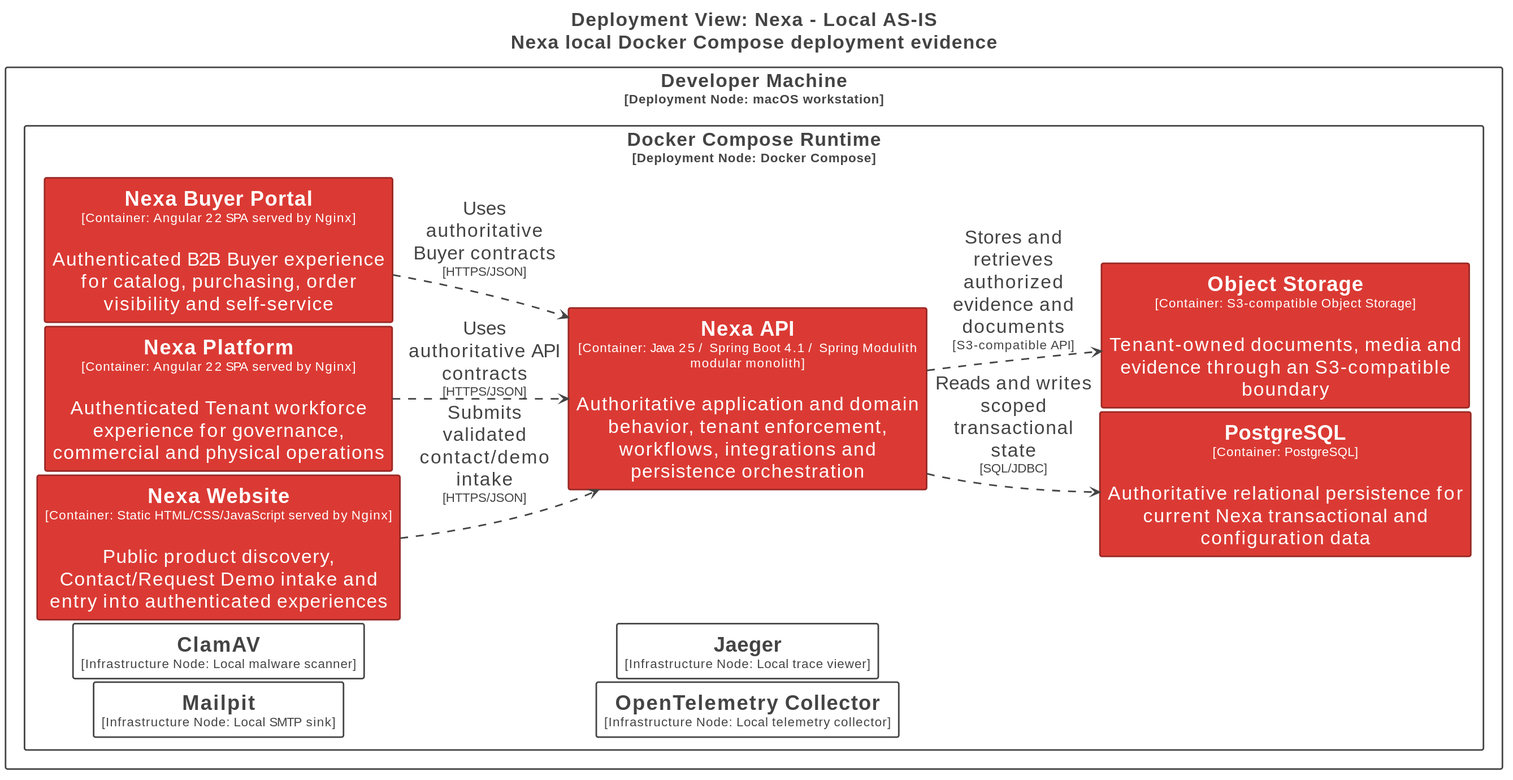
The PlantUML diagram 01-shared/architecture/c4/exports/deployment/Nexa-Deployment-Local-ASIS.svg in nexa-suite/blueprint, before a commit.
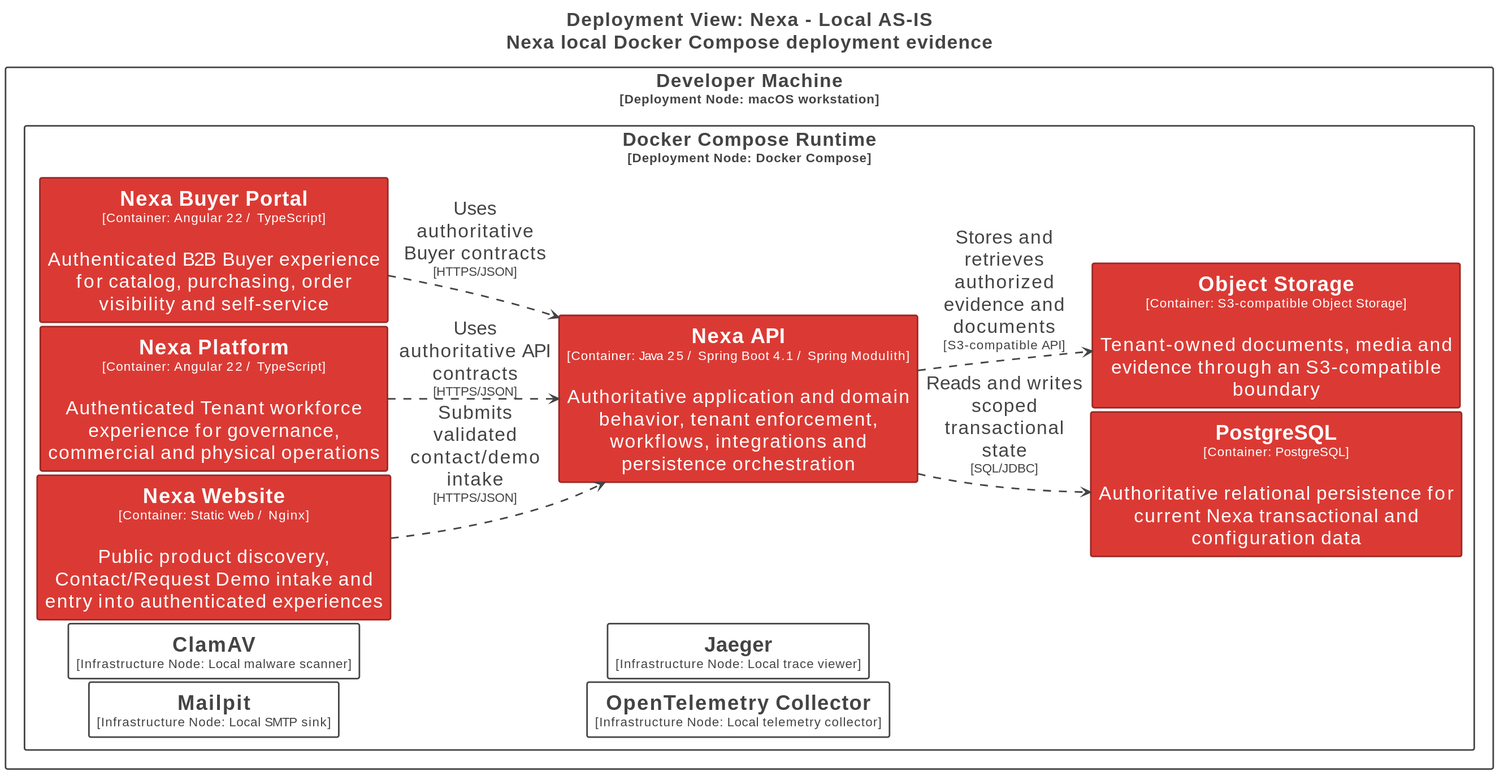
Above is the later version.

The edit, as a diff of the source:
```diff
@@ -60,10 +60,10 @@
 
 rectangle "Developer Machine\n<size:16>[Deployment Node: macOS workstation]</size>" <<DeploymentNode-RWxlbWVudA==>> as LocalASIS.DeveloperMachine {
   rectangle "Docker Compose Runtime\n<size:16>[Deployment Node: Docker Compose]</size>" <<DeploymentNode-RWxlbWVudA==>> as LocalASIS.DeveloperMachine.DockerComposeRuntime {
-    rectangle "==Nexa Website\n<size:16>[Container: Static HTML/CSS/JavaScript served by Nginx]</size>\n\nPublic product discovery, Contact/Request Demo intake and entry into authenticated experiences" <<Element-RWxlbWVudCxDb250YWluZXI=>> as LocalASIS.DeveloperMachine.DockerComposeRuntime.NexaWebsite_1
-    rectangle "==Nexa Platform\n<size:16>[Container: Angular 22 SPA served by Nginx]</size>\n\nAuthenticated Tenant workforce experience for governance, commercial and physical operations" <<Element-RWxlbWVudCxDb250YWluZXI=>> as LocalASIS.DeveloperMachine.DockerComposeRuntime.NexaPlatform_1
-    rectangle "==Nexa Buyer Portal\n<size:16>[Container: Angular 22 SPA served by Nginx]</size>\n\nAuthenticated B2B Buyer experience for catalog, purchasing, order visibility and self-service" <<Element-RWxlbWVudCxDb250YWluZXI=>> as LocalASIS.DeveloperMachine.DockerComposeRuntime.NexaBuyerPortal_1
-    rectangle "==Nexa API\n<size:16>[Container: Java 25 / Spring Boot 4.1 / Spring Modulith modular monolith]</size>\n\nAuthoritative application and domain behavior, tenant enforcement, workflows, integrations and persistence orchestration" <<Element-RWxlbWVudCxDb250YWluZXI=>> as LocalASIS.DeveloperMachine.DockerComposeRuntime.NexaAPI_1
+    rectangle "==Nexa Website\n<size:16>[Container: Static Web / Nginx]</size>\n\nPublic product discovery, Contact/Request Demo intake and entry into authenticated experiences" <<Element-RWxlbWVudCxDb250YWluZXI=>> as LocalASIS.DeveloperMachine.DockerComposeRuntime.NexaWebsite_1
+    rectangle "==Nexa Platform\n<size:16>[Container: Angular 22 / TypeScript]</size>\n\nAuthenticated Tenant workforce experience for governance, commercial and physical operations" <<Element-RWxlbWVudCxDb250YWluZXI=>> as LocalASIS.DeveloperMachine.DockerComposeRuntime.NexaPlatform_1
+    rectangle "==Nexa Buyer Portal\n<size:16>[Container: Angular 22 / TypeScript]</size>\n\nAuthenticated B2B Buyer experience for catalog, purchasing, order visibility and self-service" <<Element-RWxlbWVudCxDb250YWluZXI=>> as LocalASIS.DeveloperMachine.DockerComposeRuntime.NexaBuyerPortal_1
+    rectangle "==Nexa API\n<size:16>[Container: Java 25 / Spring Boot 4.1 / Spring Modulith]</size>\n\nAuthoritative application and domain behavior, tenant enforcement, workflows, integrations and persistence orchestration" <<Element-RWxlbWVudCxDb250YWluZXI=>> as LocalASIS.DeveloperMachine.DockerComposeRuntime.NexaAPI_1
     rectangle "==PostgreSQL\n<size:16>[Container: PostgreSQL]</size>\n\nAuthoritative relational persistence for current Nexa transactional and configuration data" <<Element-RWxlbWVudCxDb250YWluZXI=>> as LocalASIS.DeveloperMachine.DockerComposeRuntime.PostgreSQL_1
     rectangle "==Object Storage\n<size:16>[Container: S3-compatible Object Storage]</size>\n\nTenant-owned documents, media and evidence through an S3-compatible boundary" <<Element-RWxlbWVudCxDb250YWluZXI=>> as LocalASIS.DeveloperMachine.DockerComposeRuntime.ObjectStorage_1
     rectangle "==Mailpit\n<size:16>[Infrastructure Node: Local SMTP sink]</size>" <<Element-RWxlbWVudA==>> as LocalASIS.DeveloperMachine.DockerComposeRuntime.Mailpit
```
